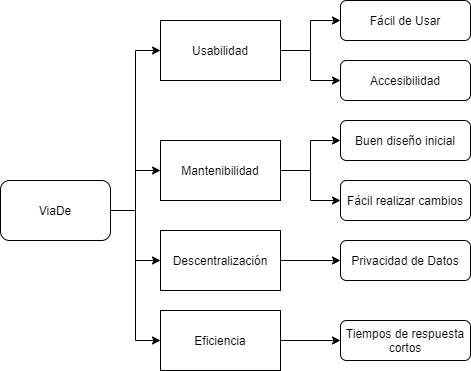
Before: src/docs/images/QualityTree.png, a diagram exported from draw.io (Arquisoft/viade_es1a). Source tidied: cells renumbered, new cells last; positions are measured from the earlier drawing's top-left corner, leaving out a move shared by most shapes.
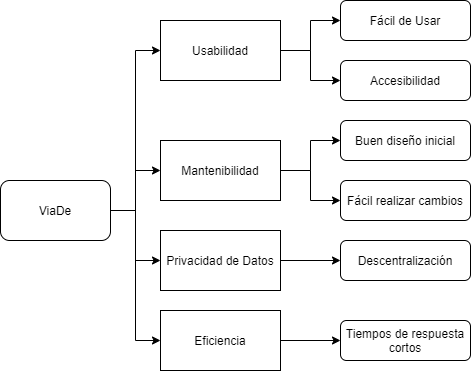
The same file after the commit.

Commit message:
Actualizada la tabla de escenarios de calidad y el árbol de calidad

Change to the diagram source:
```diff
@@ -38,7 +38,7 @@
     <mxCell id="13" style="edgeStyle=orthogonalEdgeStyle;rounded=0;jettySize=auto;html=1;exitX=1;exitY=0.5;exitDx=0;exitDy=0;entryX=0;entryY=0.5;entryDx=0;entryDy=0;" parent="1" edge="1" source="14" target="21">
       <mxGeometry relative="1" as="geometry" />
     </mxCell>
-    <mxCell id="14" value="Descentralización" style="rounded=0;whiteSpace=wrap;html=1;" parent="1" vertex="1">
+    <mxCell id="14" value="Privacidad de Datos" style="rounded=0;whiteSpace=wrap;html=1;" parent="1" vertex="1">
       <mxGeometry x="160" y="230" width="120" height="60" as="geometry" />
     </mxCell>
     <mxCell id="15" style="edgeStyle=orthogonalEdgeStyle;rounded=0;jettySize=auto;html=1;exitX=1;exitY=0.5;exitDx=0;exitDy=0;entryX=0;entryY=0.5;entryDx=0;entryDy=0;" parent="1" edge="1" source="16" target="22">
@@ -59,7 +59,7 @@
     <mxCell id="20" value="Fácil realizar cambios" style="rounded=1;whiteSpace=wrap;html=1;" parent="1" vertex="1">
       <mxGeometry x="340" y="180" width="130" height="40" as="geometry" />
     </mxCell>
-    <mxCell id="21" value="Privacidad de Datos" style="rounded=1;whiteSpace=wrap;html=1;" parent="1" vertex="1">
+    <mxCell id="21" value="&lt;span style=&quot;text-align: left ; white-space: nowrap&quot;&gt;Descentralización&lt;/span&gt;" style="rounded=1;whiteSpace=wrap;html=1;" parent="1" vertex="1">
       <mxGeometry x="340" y="240" width="130" height="40" as="geometry" />
     </mxCell>
     <mxCell id="22" value="Tiempos de respuesta cortos" style="rounded=1;whiteSpace=wrap;html=1;" parent="1" vertex="1">
```
